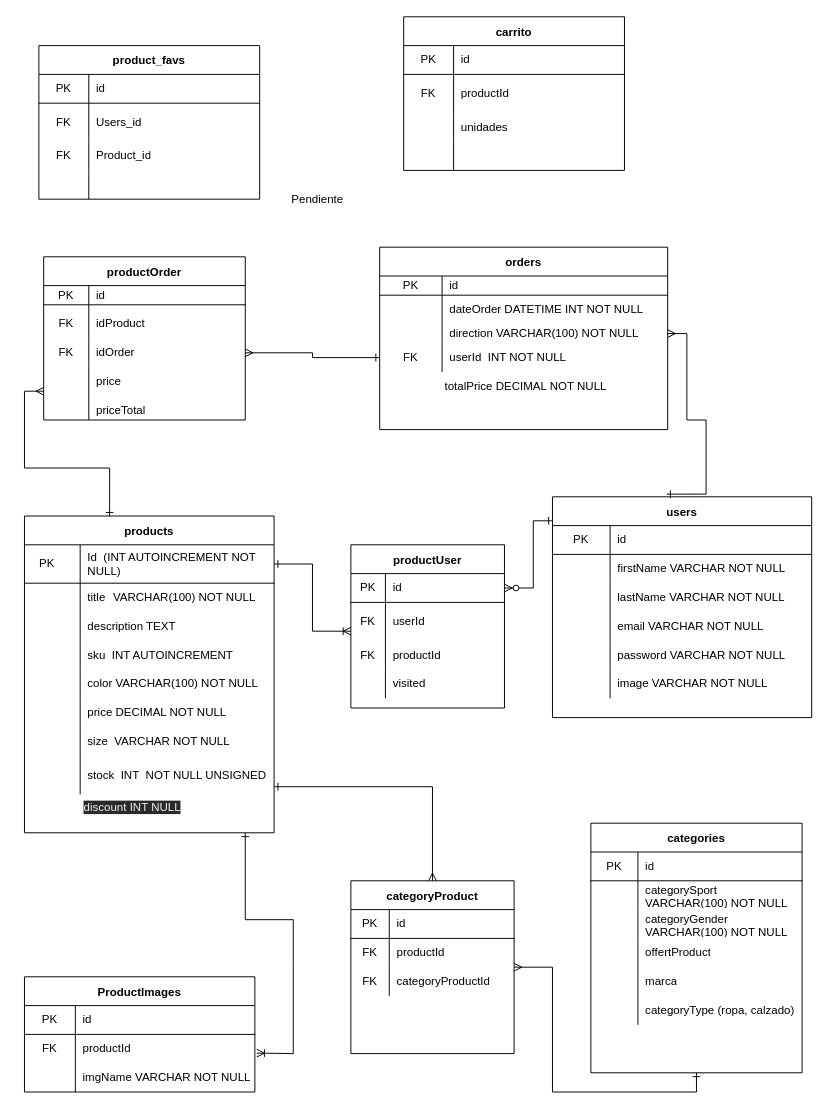
0621CDFSNCN12LAED/grupo-08 keeps this draw.io diagram as data/DER/Entity-Relation-Diagram.drawio. Above is the earlier version. Source tidied: cells renumbered, new cells numbered last; positions are measured from the earlier drawing's top-left corner, leaving out a move shared by most shapes. Both pictures are drawn from the tidied source at 96%, with x=0, y=0 at pixel (24, 16).
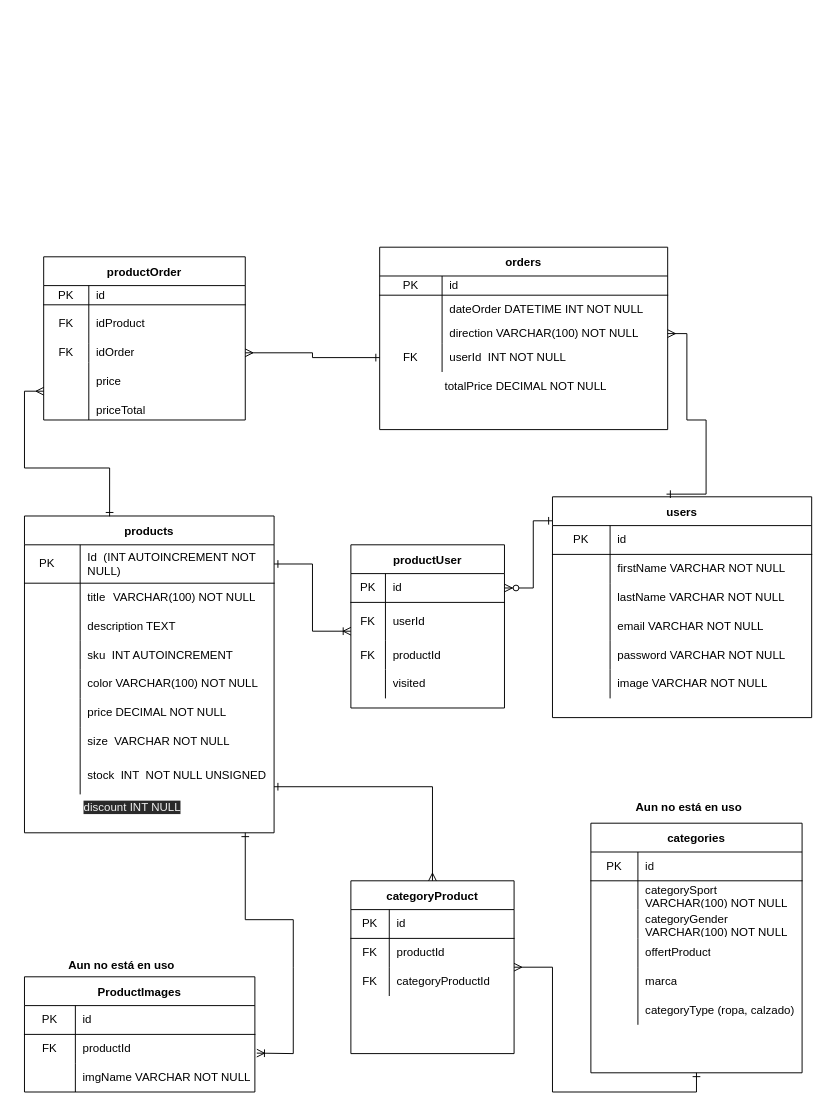
After the change.

Diff of the diagram source:
```diff
@@
-    <mxCell id="116" value="product_favs" style="shape=table;startSize=30;childLayout=tableLayout;rowLines=0;fontStyle=1;align=center;" parent="1" vertex="1">
-      <mxGeometry x="15" y="30" width="230" height="160" as="geometry" />
-    </mxCell>
-    <mxCell id="117" style="shape=partialRectangle;html=1;whiteSpace=wrap;fillColor=none;top=0;left=0;bottom=1;right=0;" parent="116" vertex="1">
-      <mxGeometry y="30" width="230" height="30" as="geometry" />
-    </mxCell>
-    <mxCell id="118" value="PK" style="shape=partialRectangle;html=1;whiteSpace=wrap;fillColor=none;top=0;left=0;bottom=0;right=0;overflow=hidden;" parent="117" vertex="1">
-      <mxGeometry width="52" height="30" as="geometry" />
-    </mxCell>
-    <mxCell id="119" value="id" style="shape=partialRectangle;html=1;whiteSpace=wrap;fillColor=none;top=0;left=0;bottom=0;right=0;align=left;spacingLeft=6;overflow=hidden;" parent="117" vertex="1">
-      <mxGeometry x="52" width="178" height="30" as="geometry" />
-    </mxCell>
-    <mxCell id="120" style="shape=partialRectangle;html=1;whiteSpace=wrap;fillColor=none;top=0;left=0;bottom=0;right=0;" parent="116" vertex="1">
-      <mxGeometry y="60" width="230" height="40" as="geometry" />
-    </mxCell>
-    <mxCell id="121" value="FK" style="shape=partialRectangle;html=1;whiteSpace=wrap;fillColor=none;top=0;left=0;bottom=0;right=0;overflow=hidden;" parent="120" vertex="1">
-      <mxGeometry width="52" height="40" as="geometry" />
-    </mxCell>
-    <mxCell id="122" value="Users_id&amp;nbsp;" style="shape=partialRectangle;html=1;whiteSpace=wrap;fillColor=none;top=0;left=0;bottom=0;right=0;align=left;spacingLeft=6;overflow=hidden;" parent="120" vertex="1">
-      <mxGeometry x="52" width="178" height="40" as="geometry" />
-    </mxCell>
-    <mxCell id="123" style="shape=partialRectangle;html=1;whiteSpace=wrap;fillColor=none;top=0;left=0;bottom=0;right=0;" parent="116" vertex="1">
-      <mxGeometry y="100" width="230" height="30" as="geometry" />
-    </mxCell>
-    <mxCell id="124" value="FK" style="shape=partialRectangle;html=1;whiteSpace=wrap;fillColor=none;top=0;left=0;bottom=0;right=0;overflow=hidden;" parent="123" vertex="1">
-      <mxGeometry width="52" height="30" as="geometry" />
-    </mxCell>
-    <mxCell id="125" value="Product_id" style="shape=partialRectangle;html=1;whiteSpace=wrap;fillColor=none;top=0;left=0;bottom=0;right=0;align=left;spacingLeft=6;overflow=hidden;" parent="123" vertex="1">
-      <mxGeometry x="52" width="178" height="30" as="geometry" />
-    </mxCell>
-    <mxCell id="126" style="shape=partialRectangle;html=1;whiteSpace=wrap;fillColor=none;top=0;left=0;bottom=0;right=0;" parent="116" vertex="1">
-      <mxGeometry y="130" width="230" height="30" as="geometry" />
-    </mxCell>
-    <mxCell id="127" style="shape=partialRectangle;html=1;whiteSpace=wrap;fillColor=none;top=0;left=0;bottom=0;right=0;overflow=hidden;" parent="126" vertex="1">
-      <mxGeometry width="52" height="30" as="geometry" />
-    </mxCell>
-    <mxCell id="128" style="shape=partialRectangle;html=1;whiteSpace=wrap;fillColor=none;top=0;left=0;bottom=0;right=0;align=left;spacingLeft=6;overflow=hidden;" parent="126" vertex="1">
-      <mxGeometry x="52" width="178" height="30" as="geometry" />
-    </mxCell>
@@
-    <mxCell id="146" value="carrito" style="shape=table;startSize=30;childLayout=tableLayout;rowLines=0;fontStyle=1;align=center;" parent="1" vertex="1">
-      <mxGeometry x="395" width="230" height="160" as="geometry" />
-    </mxCell>
-    <mxCell id="147" style="shape=partialRectangle;html=1;whiteSpace=wrap;fillColor=none;top=0;left=0;bottom=1;right=0;" parent="146" vertex="1">
-      <mxGeometry y="30" width="230" height="30" as="geometry" />
-    </mxCell>
-    <mxCell id="148" value="PK" style="shape=partialRectangle;html=1;whiteSpace=wrap;fillColor=none;top=0;left=0;bottom=0;right=0;overflow=hidden;" parent="147" vertex="1">
-      <mxGeometry width="52" height="30" as="geometry" />
-    </mxCell>
-    <mxCell id="149" value="id" style="shape=partialRectangle;html=1;whiteSpace=wrap;fillColor=none;top=0;left=0;bottom=0;right=0;align=left;spacingLeft=6;overflow=hidden;" parent="147" vertex="1">
-      <mxGeometry x="52" width="178" height="30" as="geometry" />
-    </mxCell>
-    <mxCell id="150" style="shape=partialRectangle;html=1;whiteSpace=wrap;fillColor=none;top=0;left=0;bottom=0;right=0;" parent="146" vertex="1">
-      <mxGeometry y="60" width="230" height="40" as="geometry" />
-    </mxCell>
-    <mxCell id="151" value="FK" style="shape=partialRectangle;html=1;whiteSpace=wrap;fillColor=none;top=0;left=0;bottom=0;right=0;overflow=hidden;" parent="150" vertex="1">
-      <mxGeometry width="52" height="40" as="geometry" />
-    </mxCell>
-    <mxCell id="152" value="productId" style="shape=partialRectangle;html=1;whiteSpace=wrap;fillColor=none;top=0;left=0;bottom=0;right=0;align=left;spacingLeft=6;overflow=hidden;" parent="150" vertex="1">
-      <mxGeometry x="52" width="178" height="40" as="geometry" />
-    </mxCell>
-    <mxCell id="153" style="shape=partialRectangle;html=1;whiteSpace=wrap;fillColor=none;top=0;left=0;bottom=0;right=0;" parent="146" vertex="1">
-      <mxGeometry y="100" width="230" height="30" as="geometry" />
-    </mxCell>
-    <mxCell id="154" style="shape=partialRectangle;html=1;whiteSpace=wrap;fillColor=none;top=0;left=0;bottom=0;right=0;overflow=hidden;" parent="153" vertex="1">
-      <mxGeometry width="52" height="30" as="geometry" />
-    </mxCell>
-    <mxCell id="155" value="unidades" style="shape=partialRectangle;html=1;whiteSpace=wrap;fillColor=none;top=0;left=0;bottom=0;right=0;align=left;spacingLeft=6;overflow=hidden;" parent="153" vertex="1">
-      <mxGeometry x="52" width="178" height="30" as="geometry" />
-    </mxCell>
-    <mxCell id="156" style="shape=partialRectangle;html=1;whiteSpace=wrap;fillColor=none;top=0;left=0;bottom=0;right=0;" parent="146" vertex="1">
-      <mxGeometry y="130" width="230" height="30" as="geometry" />
-    </mxCell>
-    <mxCell id="157" style="shape=partialRectangle;html=1;whiteSpace=wrap;fillColor=none;top=0;left=0;bottom=0;right=0;overflow=hidden;" parent="156" vertex="1">
-      <mxGeometry width="52" height="30" as="geometry" />
-    </mxCell>
-    <mxCell id="158" style="shape=partialRectangle;html=1;whiteSpace=wrap;fillColor=none;top=0;left=0;bottom=0;right=0;align=left;spacingLeft=6;overflow=hidden;" parent="156" vertex="1">
-      <mxGeometry x="52" width="178" height="30" as="geometry" />
-    </mxCell>
-    <mxCell id="159" value="Pendiente" style="text;html=1;align=center;verticalAlign=middle;strokeColor=none;" parent="1" vertex="1">
-      <mxGeometry x="270" y="180" width="70" height="20" as="geometry" />
-    </mxCell>
@@
+    <mxCell id="163" value="Aun no está en uso&#10;" style="text;strokeColor=none;fillColor=none;align=left;verticalAlign=top;spacingLeft=4;spacingRight=4;overflow=hidden;fontStyle=1;" parent="1" vertex="1">
+      <mxGeometry x="40" y="974" width="140" height="26" as="geometry" />
+    </mxCell>
+    <mxCell id="164" value="&lt;b&gt;Aun no está en uso&lt;/b&gt;&lt;div style=&quot;padding: 0px ; margin: 0px&quot;&gt;&lt;br style=&quot;padding: 0px ; margin: 0px ; color: rgb(240 , 240 , 240) ; font-family: &amp;#34;helvetica&amp;#34; ; font-size: 12px ; font-style: normal ; font-weight: 700 ; letter-spacing: normal ; text-align: left ; text-indent: 0px ; text-transform: none ; word-spacing: 0px ; background-color: rgb(42 , 42 , 42)&quot;&gt;&lt;/div&gt;" style="text;whiteSpace=wrap;html=1;" parent="1" vertex="1">
+      <mxGeometry x="635" y="810" width="130" height="40" as="geometry" />
+    </mxCell>
```
